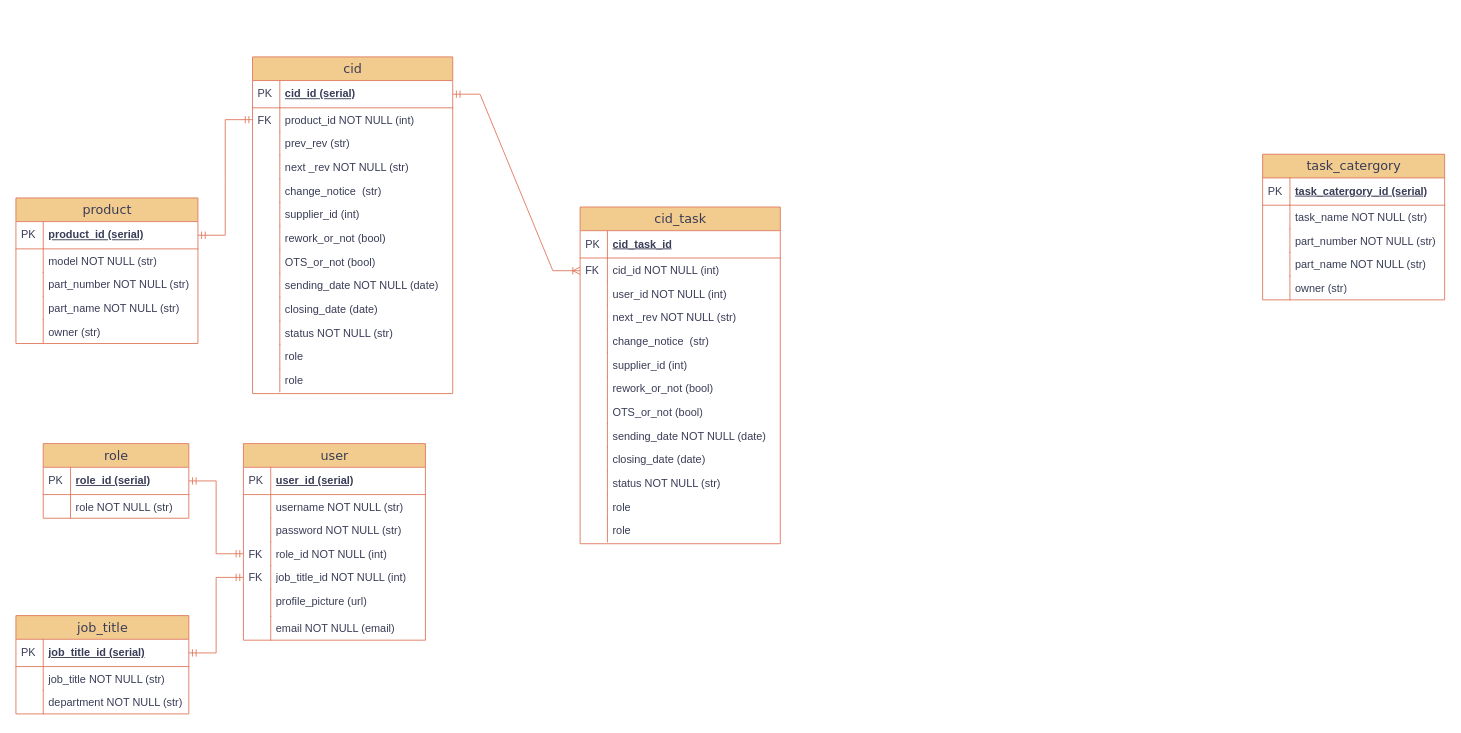
This is Untitled Diagram.drawio from HieuBuiCong/ResumeHieuBC, a draw.io file, before an edit. Source tidied: cells renumbered, new cells numbered last; positions are measured from the earlier drawing's top-left corner, leaving out a move shared by most shapes. Both pictures are drawn from the tidied source at 91%, with x=0, y=0 at pixel (15, 56).
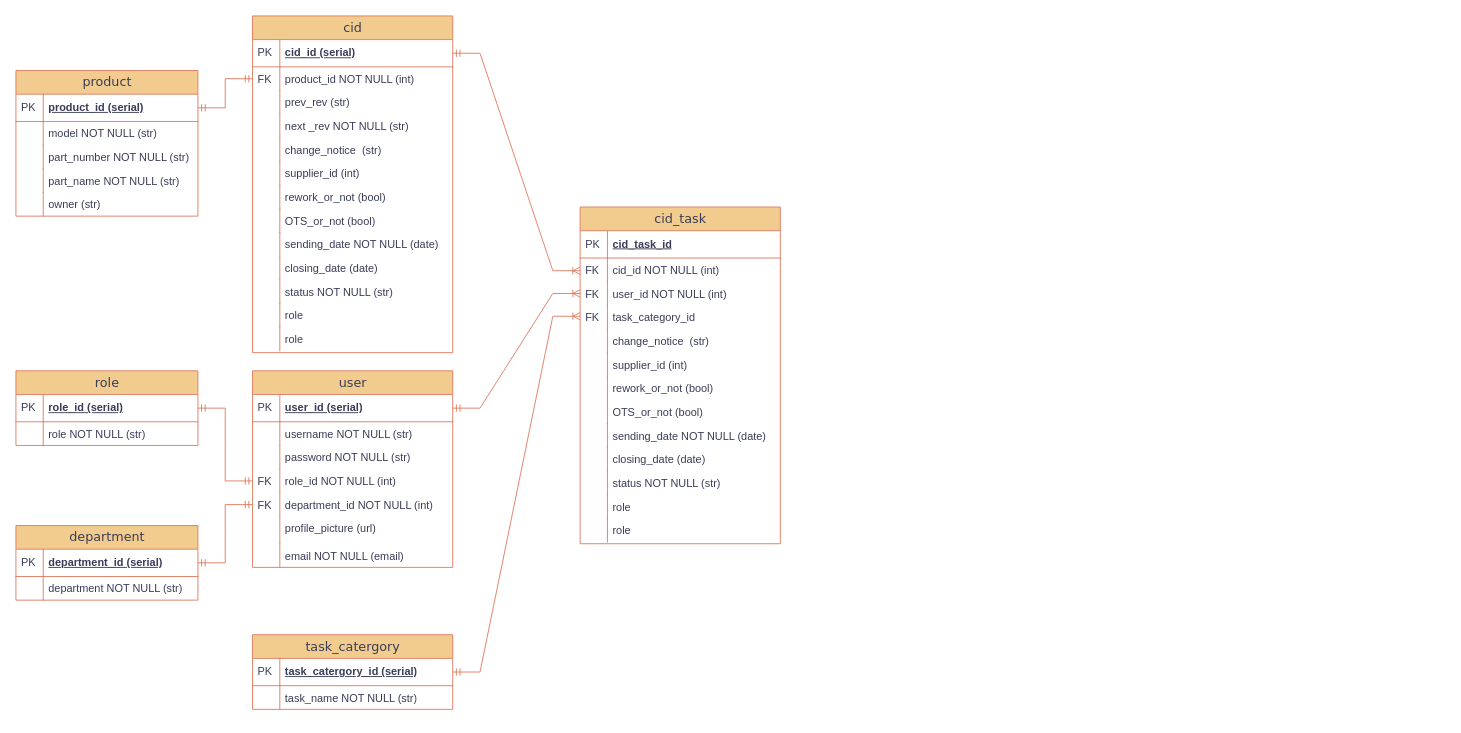
Above is the later version.

Unchanged cells that the change refers to:
```xml
<mxCell id="80" value="cid_task" style="swimlane;html=1;fontStyle=0;horizontal=1;startSize=26;fillColor=#F2CC8F;swimlaneFillColor=#ffffff;align=center;rounded=0;shadow=0;comic=0;labelBackgroundColor=none;strokeWidth=1;fontFamily=Verdana;fontSize=14;strokeColor=#E07A5F;fontColor=#393C56;" parent="1" vertex="1">
  <mxGeometry x="620" y="165" width="220" height="370" as="geometry" />
</mxCell>
<mxCell id="85" value="user_id NOT NULL (int)" style="shape=partialRectangle;top=0;left=0;right=0;bottom=0;html=1;align=left;verticalAlign=top;fillColor=none;spacingLeft=34;spacingRight=4;whiteSpace=wrap;overflow=hidden;points=[[0,0.5],[1,0.5]];portConstraint=eastwest;labelBackgroundColor=none;strokeColor=#E07A5F;fontColor=#393C56;" parent="80" vertex="1">
  <mxGeometry y="82" width="220" height="26" as="geometry" />
</mxCell>
```

The edit, as a diff of the source:
```diff
@@
     <mxCell id="2" value="user" style="swimlane;html=1;fontStyle=0;horizontal=1;startSize=26;fillColor=#F2CC8F;swimlaneFillColor=#ffffff;align=center;rounded=0;shadow=0;comic=0;labelBackgroundColor=none;strokeWidth=1;fontFamily=Verdana;fontSize=14;strokeColor=#E07A5F;fontColor=#393C56;" parent="1" vertex="1">
-      <mxGeometry x="250" y="425" width="200" height="216" as="geometry" />
+      <mxGeometry x="260" y="345" width="220" height="216" as="geometry" />
     </mxCell>
     <mxCell id="3" value="user_id (serial)" style="shape=partialRectangle;top=0;left=0;right=0;bottom=1;html=1;align=left;verticalAlign=middle;fillColor=none;spacingLeft=34;spacingRight=4;whiteSpace=wrap;overflow=hidden;points=[[0,0.5],[1,0.5]];portConstraint=eastwest;fontStyle=5;strokeColor=#E07A5F;labelBackgroundColor=none;fontColor=#393C56;" parent="2" vertex="1">
-      <mxGeometry y="26" width="200" height="30" as="geometry" />
+      <mxGeometry y="26" width="220" height="30" as="geometry" />
     </mxCell>
@@
     <mxCell id="5" value="username NOT NULL (str)" style="shape=partialRectangle;top=0;left=0;right=0;bottom=0;html=1;align=left;verticalAlign=top;fillColor=none;spacingLeft=34;spacingRight=4;whiteSpace=wrap;overflow=hidden;labelBackgroundColor=none;strokeColor=#E07A5F;fontColor=#393C56;" parent="2" vertex="1">
-      <mxGeometry y="56" width="200" height="26" as="geometry" />
+      <mxGeometry y="56" width="220" height="26" as="geometry" />
     </mxCell>
@@
     <mxCell id="7" value="password NOT NULL (str)" style="shape=partialRectangle;top=0;left=0;right=0;bottom=0;html=1;align=left;verticalAlign=top;fillColor=none;spacingLeft=34;spacingRight=4;whiteSpace=wrap;overflow=hidden;labelBackgroundColor=none;strokeColor=#E07A5F;fontColor=#393C56;" parent="2" vertex="1">
-      <mxGeometry y="82" width="200" height="26" as="geometry" />
+      <mxGeometry y="82" width="220" height="26" as="geometry" />
     </mxCell>
@@
     <mxCell id="9" value="role_id NOT NULL (int)" style="shape=partialRectangle;top=0;left=0;right=0;bottom=0;html=1;align=left;verticalAlign=top;fillColor=none;spacingLeft=34;spacingRight=4;whiteSpace=wrap;overflow=hidden;points=[[0,0.5],[1,0.5]];portConstraint=eastwest;labelBackgroundColor=none;strokeColor=#E07A5F;fontColor=#393C56;" parent="2" vertex="1">
-      <mxGeometry y="108" width="200" height="26" as="geometry" />
+      <mxGeometry y="108" width="220" height="26" as="geometry" />
     </mxCell>
@@
-    <mxCell id="11" value="job_title_id NOT NULL (int)&lt;br&gt;&lt;div&gt;&lt;br&gt;&lt;/div&gt;" style="shape=partialRectangle;top=0;left=0;right=0;bottom=0;html=1;align=left;verticalAlign=top;fillColor=none;spacingLeft=34;spacingRight=4;whiteSpace=wrap;overflow=hidden;points=[[0,0.5],[1,0.5]];portConstraint=eastwest;labelBackgroundColor=none;strokeColor=#E07A5F;fontColor=#393C56;" parent="2" vertex="1">
-      <mxGeometry y="134" width="200" height="26" as="geometry" />
+    <mxCell id="11" value="department_id NOT NULL (int)&lt;br&gt;&lt;div&gt;&lt;br&gt;&lt;/div&gt;" style="shape=partialRectangle;top=0;left=0;right=0;bottom=0;html=1;align=left;verticalAlign=top;fillColor=none;spacingLeft=34;spacingRight=4;whiteSpace=wrap;overflow=hidden;points=[[0,0.5],[1,0.5]];portConstraint=eastwest;labelBackgroundColor=none;strokeColor=#E07A5F;fontColor=#393C56;" parent="2" vertex="1">
+      <mxGeometry y="134" width="220" height="26" as="geometry" />
     </mxCell>
@@
     <mxCell id="13" value="profile_picture (url)" style="shape=partialRectangle;top=0;left=0;right=0;bottom=0;html=1;align=left;verticalAlign=top;fillColor=none;spacingLeft=34;spacingRight=4;whiteSpace=wrap;overflow=hidden;labelBackgroundColor=none;strokeColor=#E07A5F;fontColor=#393C56;" parent="2" vertex="1">
-      <mxGeometry y="160" width="200" height="30" as="geometry" />
+      <mxGeometry y="160" width="220" height="30" as="geometry" />
     </mxCell>
@@
     <mxCell id="15" value="email NOT NULL (email)" style="shape=partialRectangle;top=0;left=0;right=0;bottom=0;html=1;align=left;verticalAlign=top;fillColor=none;spacingLeft=34;spacingRight=4;whiteSpace=wrap;overflow=hidden;labelBackgroundColor=none;strokeColor=#E07A5F;fontColor=#393C56;" parent="2" vertex="1">
-      <mxGeometry y="190" width="200" height="26" as="geometry" />
+      <mxGeometry y="190" width="220" height="26" as="geometry" />
     </mxCell>
@@
     <mxCell id="17" value="cid" style="swimlane;html=1;fontStyle=0;horizontal=1;startSize=26;fillColor=#F2CC8F;swimlaneFillColor=#ffffff;align=center;rounded=0;shadow=0;comic=0;labelBackgroundColor=none;strokeWidth=1;fontFamily=Verdana;fontSize=14;strokeColor=#E07A5F;fontColor=#393C56;" parent="1" vertex="1">
-      <mxGeometry x="260" width="220" height="370" as="geometry" />
+      <mxGeometry x="260" y="-45" width="220" height="370" as="geometry" />
     </mxCell>
@@
-    <mxCell id="44" value="job_title" style="swimlane;html=1;fontStyle=0;horizontal=1;startSize=26;fillColor=#F2CC8F;swimlaneFillColor=#ffffff;align=center;rounded=0;shadow=0;comic=0;labelBackgroundColor=none;strokeWidth=1;fontFamily=Verdana;fontSize=14;strokeColor=#E07A5F;fontColor=#393C56;" parent="1" vertex="1">
-      <mxGeometry y="614" width="190" height="108" as="geometry" />
+    <mxCell id="44" value="department" style="swimlane;html=1;fontStyle=0;horizontal=1;startSize=26;fillColor=#F2CC8F;swimlaneFillColor=#ffffff;align=center;rounded=0;shadow=0;comic=0;labelBackgroundColor=none;strokeWidth=1;fontFamily=Verdana;fontSize=14;strokeColor=#E07A5F;fontColor=#393C56;" parent="1" vertex="1">
+      <mxGeometry y="515" width="200" height="82" as="geometry" />
     </mxCell>
-    <mxCell id="45" value="job_title_id (serial)" style="shape=partialRectangle;top=0;left=0;right=0;bottom=1;html=1;align=left;verticalAlign=middle;fillColor=none;spacingLeft=34;spacingRight=4;whiteSpace=wrap;overflow=hidden;points=[[0,0.5],[1,0.5]];portConstraint=eastwest;fontStyle=5;labelBackgroundColor=none;strokeColor=#E07A5F;fontColor=#393C56;" parent="44" vertex="1">
-      <mxGeometry y="26" width="190" height="30" as="geometry" />
+    <mxCell id="45" value="department_id (serial)" style="shape=partialRectangle;top=0;left=0;right=0;bottom=1;html=1;align=left;verticalAlign=middle;fillColor=none;spacingLeft=34;spacingRight=4;whiteSpace=wrap;overflow=hidden;points=[[0,0.5],[1,0.5]];portConstraint=eastwest;fontStyle=5;labelBackgroundColor=none;strokeColor=#E07A5F;fontColor=#393C56;" parent="44" vertex="1">
+      <mxGeometry y="26" width="200" height="30" as="geometry" />
     </mxCell>
@@
-    <mxCell id="47" value="job_title NOT NULL (str)" style="shape=partialRectangle;top=0;left=0;right=0;bottom=0;html=1;align=left;verticalAlign=top;fillColor=none;spacingLeft=34;spacingRight=4;whiteSpace=wrap;overflow=hidden;labelBackgroundColor=none;strokeColor=#E07A5F;fontColor=#393C56;" parent="44" vertex="1">
-      <mxGeometry y="56" width="190" height="26" as="geometry" />
-    </mxCell>
-    <mxCell id="48" style="shape=partialRectangle;top=0;left=0;bottom=0;html=1;fillColor=none;align=left;verticalAlign=top;spacingLeft=4;spacingRight=4;whiteSpace=wrap;overflow=hidden;labelBackgroundColor=none;strokeColor=#E07A5F;fontColor=#393C56;" parent="47" vertex="1">
-      <mxGeometry width="30" height="26" as="geometry" />
-    </mxCell>
     <mxCell id="49" value="department NOT NULL (str)" style="shape=partialRectangle;top=0;left=0;right=0;bottom=0;html=1;align=left;verticalAlign=top;fillColor=none;spacingLeft=34;spacingRight=4;whiteSpace=wrap;overflow=hidden;labelBackgroundColor=none;strokeColor=#E07A5F;fontColor=#393C56;" parent="44" vertex="1">
-      <mxGeometry y="82" width="190" height="26" as="geometry" />
+      <mxGeometry y="56" width="200" height="26" as="geometry" />
     </mxCell>
@@
     <mxCell id="52" value="role" style="swimlane;html=1;fontStyle=0;horizontal=1;startSize=26;fillColor=#F2CC8F;swimlaneFillColor=#ffffff;align=center;rounded=0;shadow=0;comic=0;labelBackgroundColor=none;strokeWidth=1;fontFamily=Verdana;fontSize=14;strokeColor=#E07A5F;fontColor=#393C56;" parent="1" vertex="1">
-      <mxGeometry x="30" y="425" width="160" height="82" as="geometry" />
+      <mxGeometry y="345" width="200" height="82" as="geometry" />
     </mxCell>
     <mxCell id="53" value="role_id (serial)" style="shape=partialRectangle;top=0;left=0;right=0;bottom=1;html=1;align=left;verticalAlign=middle;fillColor=none;spacingLeft=34;spacingRight=4;whiteSpace=wrap;overflow=hidden;points=[[0,0.5],[1,0.5]];portConstraint=eastwest;fontStyle=5;labelBackgroundColor=none;strokeColor=#E07A5F;fontColor=#393C56;" parent="52" vertex="1">
-      <mxGeometry y="26" width="160" height="30" as="geometry" />
+      <mxGeometry y="26" width="200" height="30" as="geometry" />
     </mxCell>
@@
     <mxCell id="55" value="role NOT NULL (str)" style="shape=partialRectangle;top=0;left=0;right=0;bottom=0;html=1;align=left;verticalAlign=top;fillColor=none;spacingLeft=34;spacingRight=4;whiteSpace=wrap;overflow=hidden;labelBackgroundColor=none;strokeColor=#E07A5F;fontColor=#393C56;" parent="52" vertex="1">
-      <mxGeometry y="56" width="160" height="26" as="geometry" />
+      <mxGeometry y="56" width="200" height="26" as="geometry" />
     </mxCell>
@@
     <mxCell id="58" value="product" style="swimlane;html=1;fontStyle=0;horizontal=1;startSize=26;fillColor=#F2CC8F;swimlaneFillColor=#ffffff;align=center;rounded=0;shadow=0;comic=0;labelBackgroundColor=none;strokeWidth=1;fontFamily=Verdana;fontSize=14;strokeColor=#E07A5F;fontColor=#393C56;" parent="1" vertex="1">
-      <mxGeometry y="155" width="200" height="160" as="geometry" />
+      <mxGeometry y="15" width="200" height="160" as="geometry" />
     </mxCell>
@@
     <mxCell id="69" value="task_catergory" style="swimlane;html=1;fontStyle=0;horizontal=1;startSize=26;fillColor=#F2CC8F;swimlaneFillColor=#ffffff;align=center;rounded=0;shadow=0;comic=0;labelBackgroundColor=none;strokeWidth=1;fontFamily=Verdana;fontSize=14;strokeColor=#E07A5F;fontColor=#393C56;" parent="1" vertex="1">
-      <mxGeometry x="1370" y="107" width="200" height="160" as="geometry" />
+      <mxGeometry x="260" y="635" width="220" height="82" as="geometry" />
     </mxCell>
     <mxCell id="70" value="task_catergory_id (serial)" style="shape=partialRectangle;top=0;left=0;right=0;bottom=1;html=1;align=left;verticalAlign=middle;fillColor=none;spacingLeft=34;spacingRight=4;whiteSpace=wrap;overflow=hidden;points=[[0,0.5],[1,0.5]];portConstraint=eastwest;fontStyle=5;strokeColor=#E07A5F;labelBackgroundColor=none;fontColor=#393C56;" parent="69" vertex="1">
-      <mxGeometry y="26" width="200" height="30" as="geometry" />
+      <mxGeometry y="26" width="220" height="30" as="geometry" />
     </mxCell>
@@
     <mxCell id="72" value="task_name NOT NULL (str)" style="shape=partialRectangle;top=0;left=0;right=0;bottom=0;html=1;align=left;verticalAlign=top;fillColor=none;spacingLeft=34;spacingRight=4;whiteSpace=wrap;overflow=hidden;labelBackgroundColor=none;strokeColor=#E07A5F;fontColor=#393C56;" parent="69" vertex="1">
-      <mxGeometry y="56" width="200" height="26" as="geometry" />
+      <mxGeometry y="56" width="220" height="26" as="geometry" />
     </mxCell>
@@
-    <mxCell id="74" value="part_number NOT NULL (str)" style="shape=partialRectangle;top=0;left=0;right=0;bottom=0;html=1;align=left;verticalAlign=top;fillColor=none;spacingLeft=34;spacingRight=4;whiteSpace=wrap;overflow=hidden;labelBackgroundColor=none;strokeColor=#E07A5F;fontColor=#393C56;" parent="69" vertex="1">
-      <mxGeometry y="82" width="200" height="26" as="geometry" />
-    </mxCell>
-    <mxCell id="75" style="shape=partialRectangle;top=0;left=0;bottom=0;html=1;fillColor=none;align=left;verticalAlign=top;spacingLeft=4;spacingRight=4;whiteSpace=wrap;overflow=hidden;labelBackgroundColor=none;strokeColor=#E07A5F;fontColor=#393C56;" parent="74" vertex="1">
-      <mxGeometry width="30" height="26" as="geometry" />
-    </mxCell>
-    <mxCell id="76" value="part_name NOT NULL (str)" style="shape=partialRectangle;top=0;left=0;right=0;bottom=0;html=1;align=left;verticalAlign=top;fillColor=none;spacingLeft=34;spacingRight=4;whiteSpace=wrap;overflow=hidden;labelBackgroundColor=none;strokeColor=#E07A5F;fontColor=#393C56;" parent="69" vertex="1">
-      <mxGeometry y="108" width="200" height="26" as="geometry" />
-    </mxCell>
-    <mxCell id="77" style="shape=partialRectangle;top=0;left=0;bottom=0;html=1;fillColor=none;align=left;verticalAlign=top;spacingLeft=4;spacingRight=4;whiteSpace=wrap;overflow=hidden;labelBackgroundColor=none;strokeColor=#E07A5F;fontColor=#393C56;" parent="76" vertex="1">
-      <mxGeometry width="30" height="26" as="geometry" />
-    </mxCell>
-    <mxCell id="78" value="&lt;div&gt;owner (str)&lt;/div&gt;" style="shape=partialRectangle;top=0;left=0;right=0;bottom=0;html=1;align=left;verticalAlign=top;fillColor=none;spacingLeft=34;spacingRight=4;whiteSpace=wrap;overflow=hidden;labelBackgroundColor=none;strokeColor=#E07A5F;fontColor=#393C56;" parent="69" vertex="1">
-      <mxGeometry y="134" width="200" height="26" as="geometry" />
-    </mxCell>
-    <mxCell id="79" style="shape=partialRectangle;top=0;left=0;bottom=0;html=1;fillColor=none;align=left;verticalAlign=top;spacingLeft=4;spacingRight=4;whiteSpace=wrap;overflow=hidden;labelBackgroundColor=none;strokeColor=#E07A5F;fontColor=#393C56;" parent="78" vertex="1">
-      <mxGeometry width="30" height="26" as="geometry" />
-    </mxCell>
@@
-    <mxCell id="86" style="shape=partialRectangle;top=0;left=0;bottom=0;html=1;fillColor=none;align=left;verticalAlign=top;spacingLeft=4;spacingRight=4;whiteSpace=wrap;overflow=hidden;labelBackgroundColor=none;strokeColor=#E07A5F;fontColor=#393C56;" parent="85" vertex="1">
+    <mxCell id="86" value="FK" style="shape=partialRectangle;top=0;left=0;bottom=0;html=1;fillColor=none;align=left;verticalAlign=top;spacingLeft=4;spacingRight=4;whiteSpace=wrap;overflow=hidden;labelBackgroundColor=none;strokeColor=#E07A5F;fontColor=#393C56;" parent="85" vertex="1">
       <mxGeometry width="30" height="26" as="geometry" />
     </mxCell>
-    <mxCell id="87" value="next _rev NOT NULL (str)" style="shape=partialRectangle;top=0;left=0;right=0;bottom=0;html=1;align=left;verticalAlign=top;fillColor=none;spacingLeft=34;spacingRight=4;whiteSpace=wrap;overflow=hidden;labelBackgroundColor=none;strokeColor=#E07A5F;fontColor=#393C56;" parent="80" vertex="1">
+    <mxCell id="87" value="task_category_id" style="shape=partialRectangle;top=0;left=0;right=0;bottom=0;html=1;align=left;verticalAlign=top;fillColor=none;spacingLeft=34;spacingRight=4;whiteSpace=wrap;overflow=hidden;labelBackgroundColor=none;strokeColor=#E07A5F;fontColor=#393C56;" parent="80" vertex="1">
       <mxGeometry y="108" width="220" height="26" as="geometry" />
     </mxCell>
-    <mxCell id="88" style="shape=partialRectangle;top=0;left=0;bottom=0;html=1;fillColor=none;align=left;verticalAlign=top;spacingLeft=4;spacingRight=4;whiteSpace=wrap;overflow=hidden;labelBackgroundColor=none;strokeColor=#E07A5F;fontColor=#393C56;" parent="87" vertex="1">
+    <mxCell id="88" value="FK" style="shape=partialRectangle;top=0;left=0;bottom=0;html=1;fillColor=none;align=left;verticalAlign=top;spacingLeft=4;spacingRight=4;whiteSpace=wrap;overflow=hidden;labelBackgroundColor=none;strokeColor=#E07A5F;fontColor=#393C56;" parent="87" vertex="1">
       <mxGeometry width="30" height="26" as="geometry" />
     </mxCell>
@@
+    <mxCell id="109" style="edgeStyle=entityRelationEdgeStyle;fontSize=12;html=1;endArrow=ERoneToMany;startArrow=ERmandOne;rounded=0;strokeColor=#E07A5F;fontColor=#393C56;fillColor=#F2CC8F;exitX=1;exitY=0.5;exitDx=0;exitDy=0;entryX=0;entryY=0.5;entryDx=0;entryDy=0;" parent="1" edge="1" source="3" target="85">
+      <mxGeometry relative="1" as="geometry">
+        <Array as="points">
+          <mxPoint x="450" y="300" />
+        </Array>
+      </mxGeometry>
+    </mxCell>
+    <mxCell id="110" style="edgeStyle=entityRelationEdgeStyle;fontSize=12;html=1;endArrow=ERoneToMany;startArrow=ERmandOne;rounded=0;strokeColor=#E07A5F;fontColor=#393C56;fillColor=#F2CC8F;exitX=1;exitY=0.5;exitDx=0;exitDy=0;entryX=0;entryY=0.5;entryDx=0;entryDy=0;" parent="1" edge="1" source="70">
+      <mxGeometry relative="1" as="geometry">
+        <mxPoint x="620" y="285" as="targetPoint" />
+        <Array as="points">
+          <mxPoint x="520" y="495" />
+          <mxPoint x="530" y="525" />
+          <mxPoint x="540" y="565" />
+          <mxPoint x="450" y="325" />
+        </Array>
+      </mxGeometry>
+    </mxCell>
```
